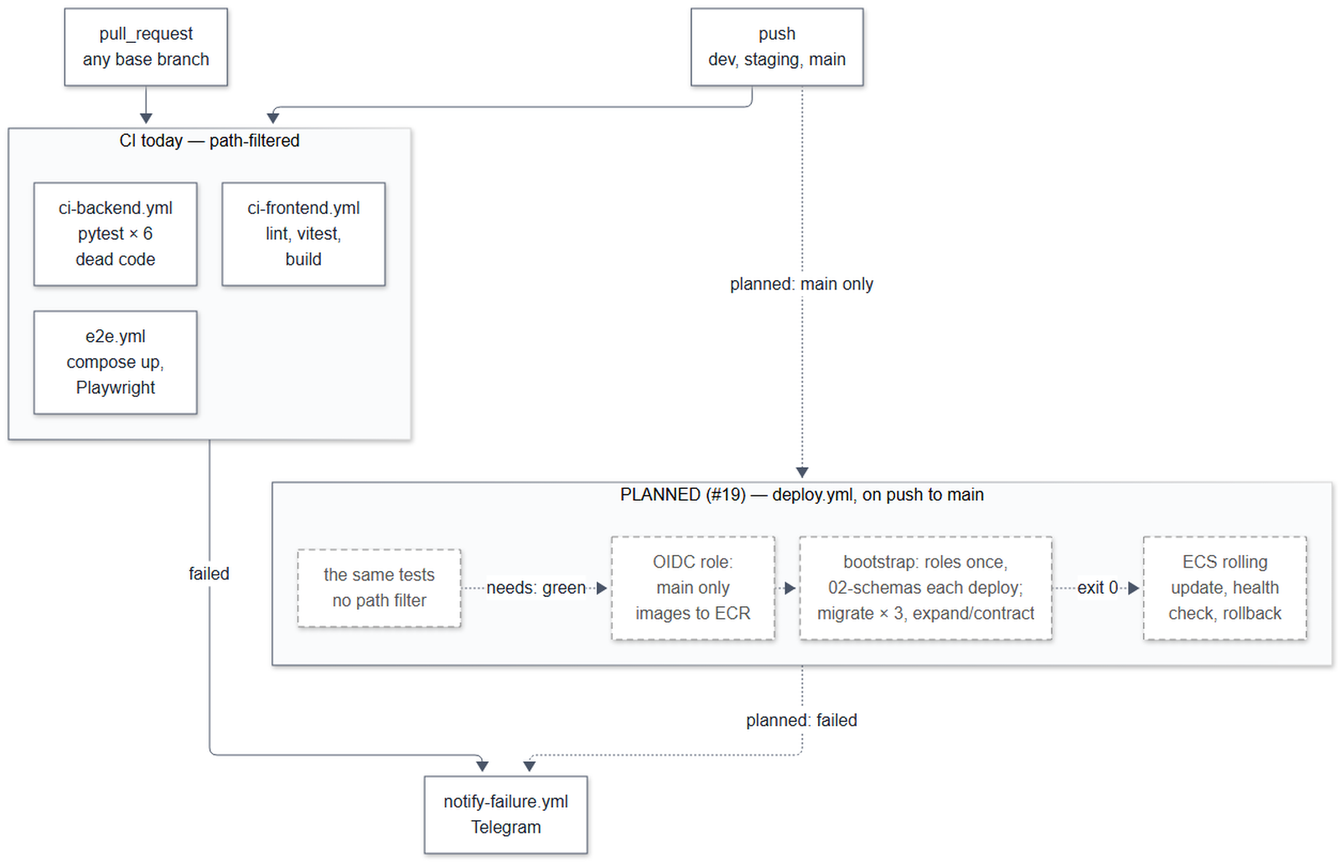
The Mermaid diagram docs/diagrams/rendered/03-cicd.png in decker757/CS464, before a commit. Its source is kept beside it as docs/diagrams/03-cicd.mmd.
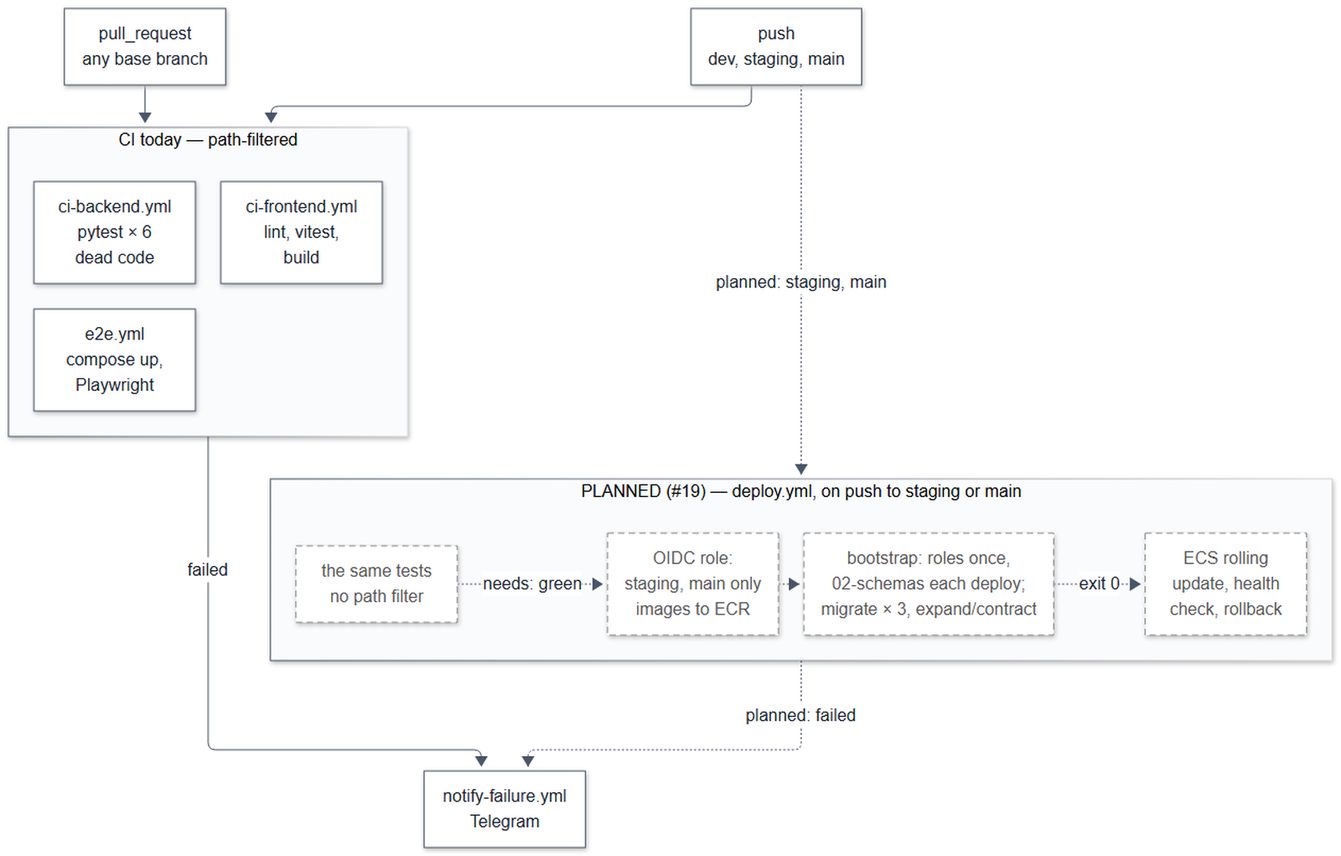
After the commit.

Commit message:
fix(diagrams): the planned deploy covers staging as #19 asks, and the secrets name LEDGER_SERVICE_KEY

The edit, as a diff of the source:
```diff
@@ -12,10 +12,10 @@
 
     notify["notify-failure.yml<br/>Telegram"]
 
-    subgraph deploy["PLANNED (#19) — deploy.yml, on push to main"]
+    subgraph deploy["PLANNED (#19) — deploy.yml, on push to staging or main"]
         direction LR
         tests["the same tests<br/>no path filter"]
-        image["OIDC role:<br/>main only<br/>images to ECR"]
+        image["OIDC role:<br/>staging, main only<br/>images to ECR"]
         mig["bootstrap: roles once,<br/>02-schemas each deploy;<br/>migrate × 3, expand/contract"]
         roll["ECS rolling<br/>update, health<br/>check, rollback"]
     end
@@ -24,7 +24,7 @@
     push --> ci
     ci -->|"failed"| notify
 
-    push -.->|"planned: main only"| deploy
+    push -.->|"planned: staging, main"| deploy
     tests -.->|"needs: green"| image
     image -.-> mig
     mig -.->|"exit 0"| roll
```
